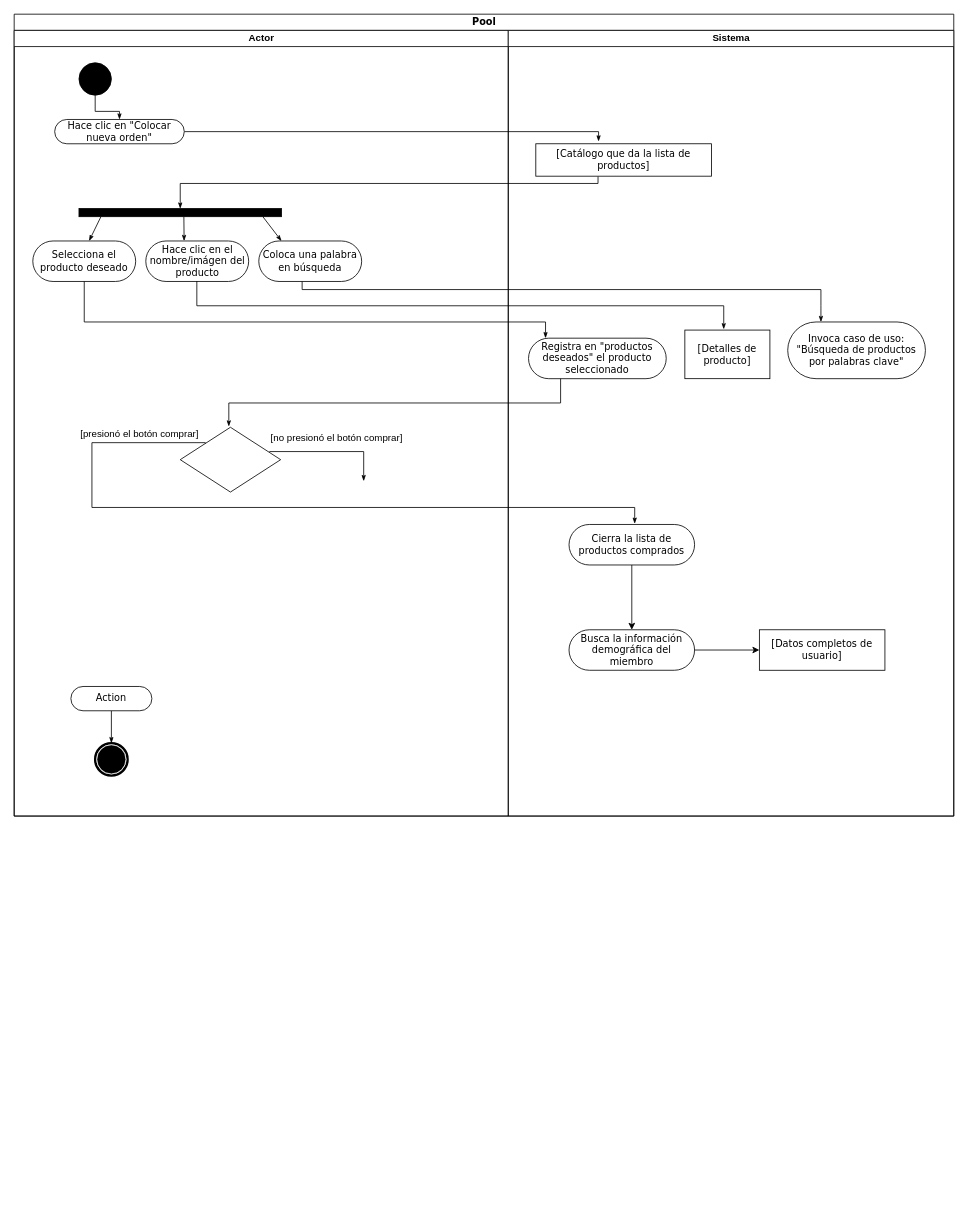
Earlier version of the draw.io diagram Taller diagrama de actividades.drawio (NeutronBlast/IS-Ex). Source tidied: cells renumbered, new cells numbered last; positions are measured from the earlier drawing's top-left corner, leaving out a move shared by most shapes. Both pictures are drawn from the tidied source at 81%, with x=0, y=0 at pixel (14, 14).
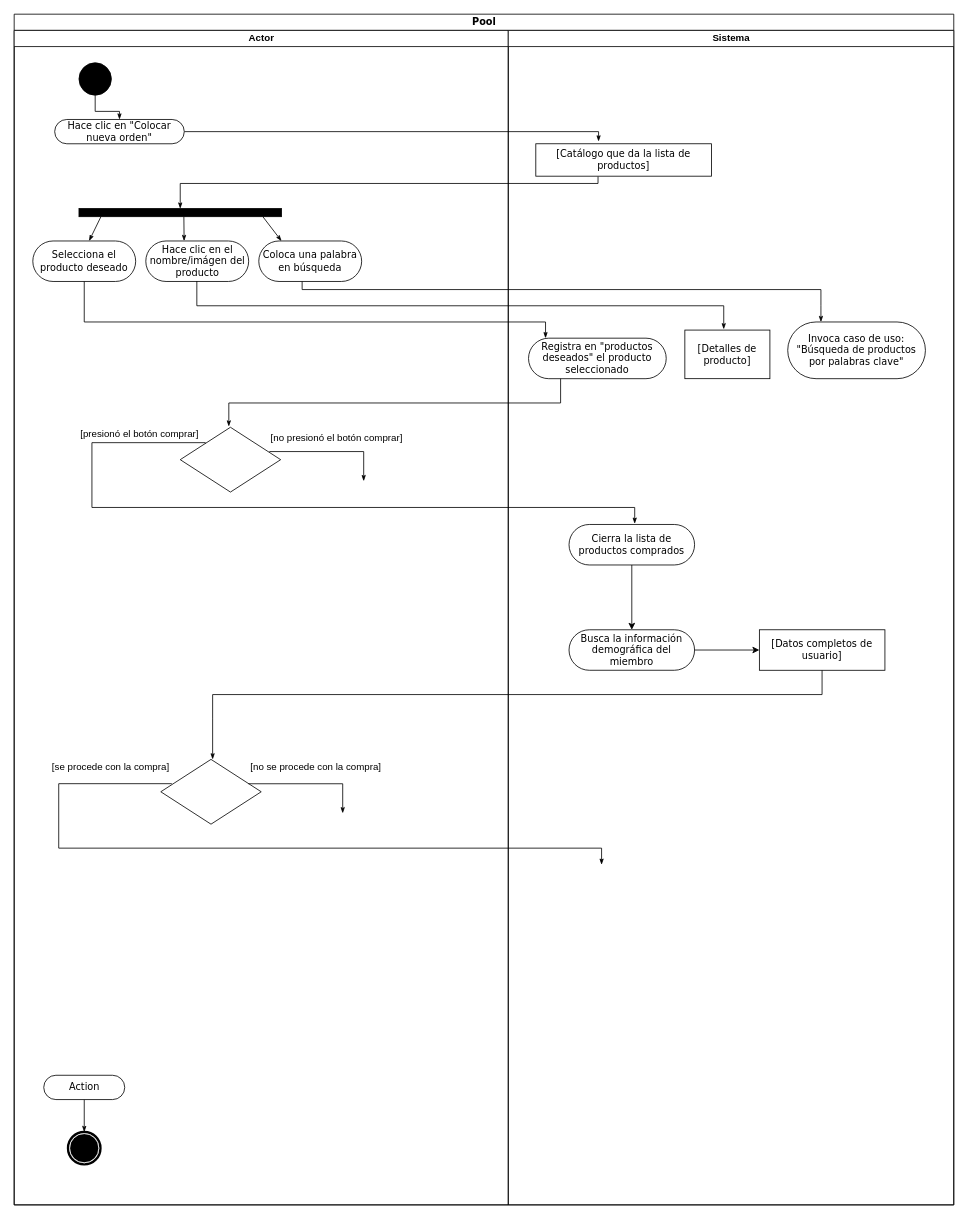
The same diagram, later.

The edit, as a diff of the source:
```diff
@@
     <mxCell id="2" value="Pool" style="swimlane;html=1;startSize=20;rounded=0;shadow=0;comic=0;labelBackgroundColor=none;strokeColor=#000000;strokeWidth=1;fillColor=#ffffff;fontFamily=Verdana;fontSize=12;fontColor=#000000;align=center;" parent="1" vertex="1">
-      <mxGeometry width="1160" height="990" as="geometry" />
+      <mxGeometry width="1160" height="1470" as="geometry" />
     </mxCell>
@@
     <mxCell id="5" value="Actor" style="swimlane;html=1;startSize=20;" parent="2" vertex="1">
-      <mxGeometry y="20" width="610" height="970" as="geometry" />
+      <mxGeometry y="20" width="610" height="1450" as="geometry" />
     </mxCell>
@@
-    <mxCell id="9" style="edgeStyle=none;rounded=0;html=1;labelBackgroundColor=none;startArrow=none;startFill=0;startSize=5;endArrow=classicThin;endFill=1;endSize=5;jettySize=auto;strokeColor=#000000;strokeWidth=1;fontFamily=Verdana;fontSize=12;fontColor=#000000;" parent="5" edge="1" source="10" target="11">
-      <mxGeometry relative="1" as="geometry" />
-    </mxCell>
-    <mxCell id="10" value="Action" style="rounded=1;whiteSpace=wrap;html=1;shadow=0;comic=0;labelBackgroundColor=none;strokeColor=#000000;strokeWidth=1;fillColor=#ffffff;fontFamily=Verdana;fontSize=12;fontColor=#000000;align=center;arcSize=50;" parent="5" vertex="1">
-      <mxGeometry x="70" y="810" width="100" height="30" as="geometry" />
-    </mxCell>
-    <mxCell id="11" style="shape=mxgraph.bpmn.shape;html=1;verticalLabelPosition=bottom;labelBackgroundColor=#ffffff;verticalAlign=top;perimeter=ellipsePerimeter;outline=end;symbol=terminate;rounded=0;shadow=0;comic=0;strokeColor=#000000;strokeWidth=1;fillColor=#ffffff;fontFamily=Verdana;fontSize=12;fontColor=#000000;align=center;" parent="5" vertex="1">
-      <mxGeometry x="100" y="880" width="40" height="40" as="geometry" />
-    </mxCell>
@@
+    <mxCell id="38" style="rhombus;whiteSpace=wrap;html=1;rounded=0;" parent="5" vertex="1">
+      <mxGeometry x="181" y="900" width="124" height="80" as="geometry" />
+    </mxCell>
+    <mxCell id="39" style="edgeStyle=orthogonalEdgeStyle;rounded=0;html=1;labelBackgroundColor=none;startArrow=none;startFill=0;startSize=5;endArrow=classicThin;endFill=1;endSize=5;jettySize=auto;orthogonalLoop=1;strokeColor=#000000;strokeWidth=1;fontFamily=Verdana;fontSize=12;fontColor=#000000;" parent="5" edge="1">
+      <mxGeometry relative="1" as="geometry">
+        <mxPoint x="289.1" y="930.1" as="sourcePoint" />
+        <mxPoint x="405.6" y="966.5" as="targetPoint" />
+        <Array as="points">
+          <mxPoint x="405" y="930.5" />
+        </Array>
+      </mxGeometry>
+    </mxCell>
+    <mxCell id="40" value="[no se procede con la compra]&lt;br&gt;" style="text;html=1;align=left;verticalAlign=top;spacingTop=-4;" parent="5" vertex="1">
+      <mxGeometry x="289.5" y="900" width="180" height="20" as="geometry" />
+    </mxCell>
+    <mxCell id="41" style="edgeStyle=orthogonalEdgeStyle;rounded=0;html=1;labelBackgroundColor=none;startArrow=none;startFill=0;startSize=5;endArrow=classicThin;endFill=1;endSize=5;jettySize=auto;orthogonalLoop=1;strokeColor=#000000;strokeWidth=1;fontFamily=Verdana;fontSize=12;fontColor=#000000;exitX=0;exitY=0;exitDx=0;exitDy=0;" parent="5" edge="1">
+      <mxGeometry relative="1" as="geometry">
+        <mxPoint x="194.6" y="930" as="sourcePoint" />
+        <mxPoint x="725.2" y="1030" as="targetPoint" />
+        <Array as="points">
+          <mxPoint x="55" y="929.6" />
+          <mxPoint x="55" y="1009.6" />
+          <mxPoint x="725" y="1009.6" />
+        </Array>
+      </mxGeometry>
+    </mxCell>
+    <mxCell id="42" value="[se procede con la compra]" style="text;html=1;align=left;verticalAlign=top;spacingTop=-4;" parent="5" vertex="1">
+      <mxGeometry x="45" y="900" width="160" height="20" as="geometry" />
+    </mxCell>
@@
     <mxCell id="25" value="Sistema&lt;br&gt;" style="swimlane;html=1;startSize=20;" parent="2" vertex="1">
-      <mxGeometry x="610" y="20" width="550" height="970" as="geometry" />
+      <mxGeometry x="610" y="20" width="550" height="1450" as="geometry" />
     </mxCell>
@@
+    <mxCell id="43" style="edgeStyle=orthogonalEdgeStyle;rounded=0;html=1;labelBackgroundColor=none;startArrow=none;startFill=0;startSize=5;endArrow=classicThin;endFill=1;endSize=5;jettySize=auto;orthogonalLoop=1;strokeColor=#000000;strokeWidth=1;fontFamily=Verdana;fontSize=12;fontColor=#000000;" parent="25" edge="1">
+      <mxGeometry relative="1" as="geometry">
+        <mxPoint x="387.4" y="790" as="sourcePoint" />
+        <mxPoint x="-365" y="900" as="targetPoint" />
+        <Array as="points">
+          <mxPoint x="388" y="820" />
+          <mxPoint x="-365" y="820" />
+          <mxPoint x="-365" y="849" />
+        </Array>
+      </mxGeometry>
+    </mxCell>
@@
+    <mxCell id="9" style="edgeStyle=none;rounded=0;html=1;labelBackgroundColor=none;startArrow=none;startFill=0;startSize=5;endArrow=classicThin;endFill=1;endSize=5;jettySize=auto;strokeColor=#000000;strokeWidth=1;fontFamily=Verdana;fontSize=12;fontColor=#000000;" parent="1" edge="1" source="10" target="11">
+      <mxGeometry relative="1" as="geometry" />
+    </mxCell>
+    <mxCell id="10" value="Action" style="rounded=1;whiteSpace=wrap;html=1;shadow=0;comic=0;labelBackgroundColor=none;strokeColor=#000000;strokeWidth=1;fillColor=#ffffff;fontFamily=Verdana;fontSize=12;fontColor=#000000;align=center;arcSize=50;" parent="1" vertex="1">
+      <mxGeometry x="36.5" y="1310" width="100" height="30" as="geometry" />
+    </mxCell>
+    <mxCell id="11" style="shape=mxgraph.bpmn.shape;html=1;verticalLabelPosition=bottom;labelBackgroundColor=#ffffff;verticalAlign=top;perimeter=ellipsePerimeter;outline=end;symbol=terminate;rounded=0;shadow=0;comic=0;strokeColor=#000000;strokeWidth=1;fillColor=#ffffff;fontFamily=Verdana;fontSize=12;fontColor=#000000;align=center;" parent="1" vertex="1">
+      <mxGeometry x="66.5" y="1380" width="40" height="40" as="geometry" />
+    </mxCell>
```
